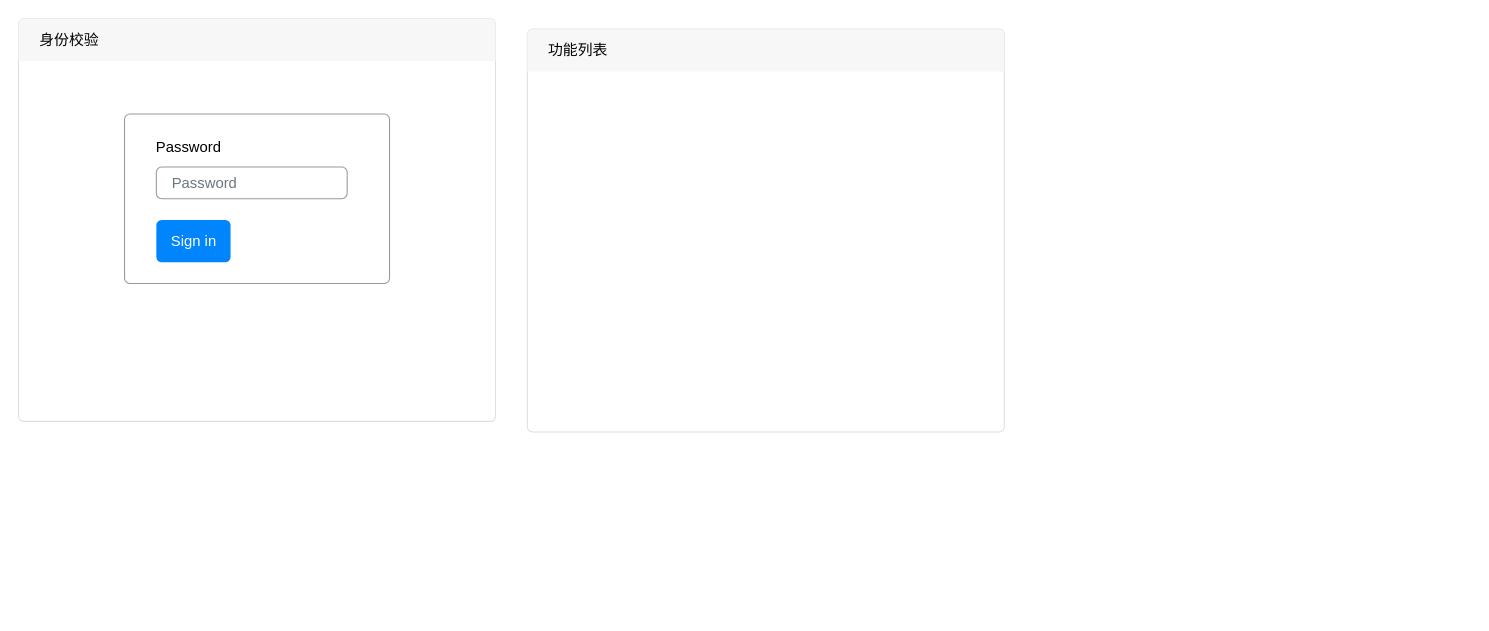
Earlier version of the draw.io diagram fttr.drawio (waterwatermelon/graph). Source tidied: cells renumbered, new cells numbered last; positions are measured from the earlier drawing's top-left corner, leaving out a move shared by most shapes. Both pictures are drawn from the tidied source at 106%, with x=0, y=0 at pixel (18, 18).
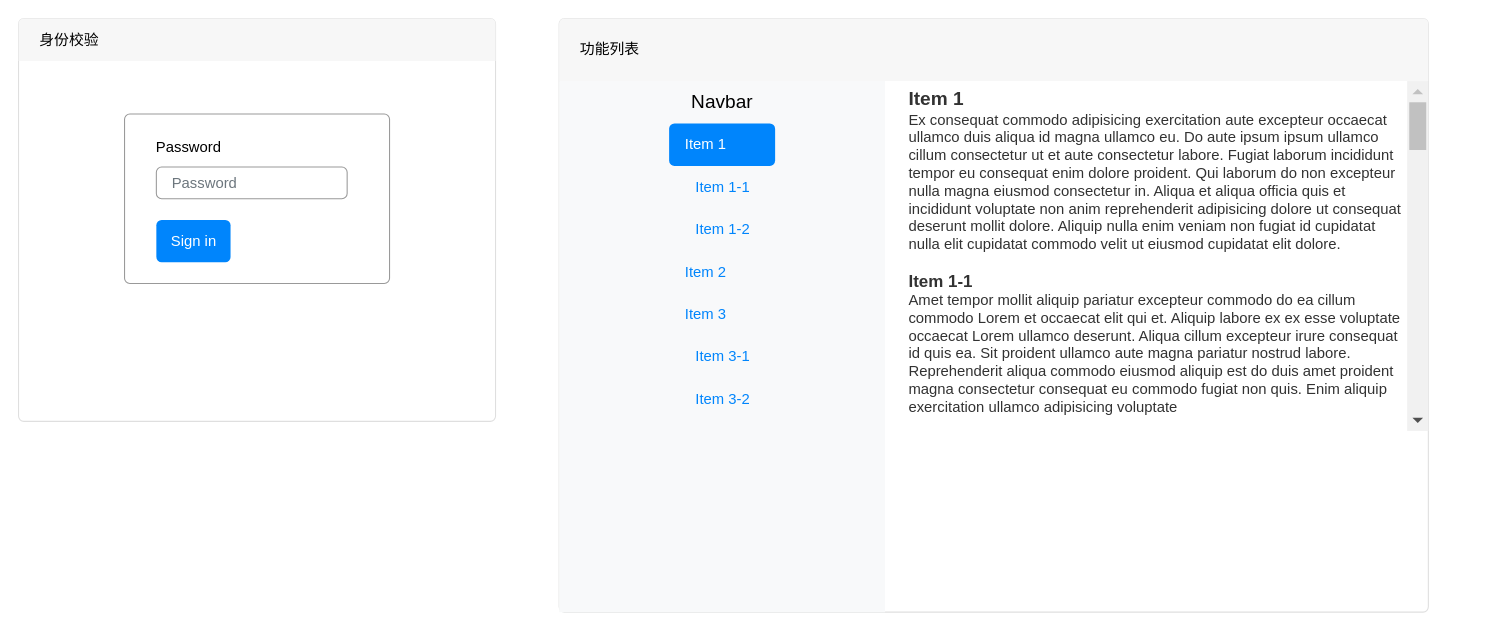
The same diagram, later.

Change to the diagram source:
```diff
@@
     <mxCell id="9" style="group;" parent="1" vertex="1">
-      <mxGeometry x="480" y="10" width="450" height="380" as="geometry" />
+      <mxGeometry x="510" width="860" height="560" as="geometry" />
     </mxCell>
+    <mxCell id="12" style="group;" parent="9" vertex="1">
+      <mxGeometry width="820" height="560" as="geometry" />
+    </mxCell>
-    <mxCell id="10" style="html=1;shadow=0;dashed=0;shape=mxgraph.bootstrap.rrect;rSize=5;strokeColor=#DFDFDF;html=1;whiteSpace=wrap;fillColor=#FFFFFF;fontColor=#000000;" parent="9" vertex="1">
-      <mxGeometry width="450" height="380" as="geometry" />
+    <mxCell id="10" style="html=1;shadow=0;dashed=0;shape=mxgraph.bootstrap.rrect;rSize=5;strokeColor=#DFDFDF;html=1;whiteSpace=wrap;fillColor=#FFFFFF;fontColor=#000000;" parent="12" vertex="1">
+      <mxGeometry width="820" height="560" as="geometry" />
     </mxCell>
-    <mxCell id="11" value="功能列表" style="html=1;shadow=0;dashed=0;shape=mxgraph.bootstrap.topButton;strokeColor=inherit;fillColor=#F7F7F7;rSize=5;perimeter=none;whiteSpace=wrap;align=left;spacing=20;fontSize=14;" parent="9" vertex="1">
-      <mxGeometry width="450" height="40" as="geometry" />
+    <mxCell id="11" value="功能列表" style="html=1;shadow=0;dashed=0;shape=mxgraph.bootstrap.topButton;strokeColor=inherit;fillColor=#F7F7F7;rSize=5;perimeter=none;whiteSpace=wrap;align=left;spacing=20;fontSize=14;" parent="12" vertex="1">
+      <mxGeometry width="820" height="58.9" as="geometry" />
     </mxCell>
+    <mxCell id="13" style="group;" parent="12" vertex="1">
+      <mxGeometry y="59" width="820" height="501.1" as="geometry" />
+    </mxCell>
+    <mxCell id="14" style="fillColor=#F8F9FA;strokeColor=none;align=left;fontSize=14;fontColor=#323232;" parent="13" vertex="1">
+      <mxGeometry width="307.5" height="501.1" as="geometry" />
+    </mxCell>
+    <mxCell id="15" value="Navbar" style="html=1;shadow=0;dashed=0;fillColor=none;strokeColor=none;perimeter=none;whiteSpace=wrap;align=center;fontSize=18;" parent="14" vertex="1">
+      <mxGeometry width="307.5" height="40" relative="1" as="geometry" />
+    </mxCell>
+    <mxCell id="16" value="Item 1" style="html=1;shadow=0;dashed=0;shape=mxgraph.bootstrap.rrect;rSize=5;fillColor=#0085FC;strokeColor=none;perimeter=none;whiteSpace=wrap;align=left;spacing=15;fontColor=#FFFFFF;fontSize=14;" parent="14" vertex="1">
+      <mxGeometry x="0.5" width="100" height="40" relative="1" as="geometry">
+        <mxPoint x="-50" y="40" as="offset" />
+      </mxGeometry>
+    </mxCell>
+    <mxCell id="17" value="Item 1-1" style="html=1;shadow=0;dashed=0;fillColor=none;strokeColor=none;perimeter=none;whiteSpace=wrap;align=left;spacing=15;fontColor=#0085FC;fontSize=14;" parent="14" vertex="1">
+      <mxGeometry x="0.5" width="100" height="40" relative="1" as="geometry">
+        <mxPoint x="-40" y="80" as="offset" />
+      </mxGeometry>
+    </mxCell>
+    <mxCell id="18" value="Item 1-2" style="html=1;shadow=0;dashed=0;fillColor=none;strokeColor=none;perimeter=none;whiteSpace=wrap;align=left;spacing=15;fontColor=#0085FC;fontSize=14;" parent="14" vertex="1">
+      <mxGeometry x="0.5" width="100" height="40" relative="1" as="geometry">
+        <mxPoint x="-40" y="120" as="offset" />
+      </mxGeometry>
+    </mxCell>
+    <mxCell id="19" value="Item 2" style="html=1;shadow=0;dashed=0;fillColor=none;strokeColor=none;perimeter=none;whiteSpace=wrap;align=left;spacing=15;fontColor=#0085FC;fontSize=14;" parent="14" vertex="1">
+      <mxGeometry x="0.5" width="100" height="40" relative="1" as="geometry">
+        <mxPoint x="-50" y="160" as="offset" />
+      </mxGeometry>
+    </mxCell>
+    <mxCell id="20" value="Item 3" style="html=1;shadow=0;dashed=0;fillColor=none;strokeColor=none;perimeter=none;whiteSpace=wrap;align=left;spacing=15;fontColor=#0085FC;fontSize=14;" parent="14" vertex="1">
+      <mxGeometry x="0.5" width="100" height="40" relative="1" as="geometry">
+        <mxPoint x="-50" y="200" as="offset" />
+      </mxGeometry>
+    </mxCell>
+    <mxCell id="21" value="Item 3-1" style="html=1;shadow=0;dashed=0;fillColor=none;strokeColor=none;perimeter=none;whiteSpace=wrap;align=left;spacing=15;fontColor=#0085FC;fontSize=14;" parent="14" vertex="1">
+      <mxGeometry x="0.5" width="100" height="40" relative="1" as="geometry">
+        <mxPoint x="-40" y="240" as="offset" />
+      </mxGeometry>
+    </mxCell>
+    <mxCell id="22" value="Item 3-2" style="html=1;shadow=0;dashed=0;fillColor=none;strokeColor=none;perimeter=none;whiteSpace=wrap;align=left;spacing=15;fontColor=#0085FC;fontSize=14;" parent="14" vertex="1">
+      <mxGeometry x="0.5" width="100" height="40" relative="1" as="geometry">
+        <mxPoint x="-40" y="280" as="offset" />
+      </mxGeometry>
+    </mxCell>
+    <mxCell id="23" value="&lt;font style=&quot;font-size: 18px&quot;&gt;&lt;b&gt;Item 1&lt;/b&gt;&lt;/font&gt;&lt;br&gt;Ex consequat commodo adipisicing exercitation aute excepteur occaecat ullamco duis aliqua id magna ullamco eu. Do aute ipsum ipsum ullamco cillum consectetur ut et aute consectetur labore. Fugiat laborum incididunt tempor eu consequat enim dolore proident. Qui laborum do non excepteur nulla magna eiusmod consectetur in. Aliqua et aliqua officia quis et incididunt voluptate non anim reprehenderit adipisicing dolore ut consequat deserunt mollit dolore. Aliquip nulla enim veniam non fugiat id cupidatat nulla elit cupidatat commodo velit ut eiusmod cupidatat elit dolore.&lt;br&gt;&lt;br&gt;&lt;b&gt;&lt;font style=&quot;font-size: 16px&quot;&gt;Item 1-1&lt;/font&gt;&lt;/b&gt;&lt;br&gt;Amet tempor mollit aliquip pariatur excepteur commodo do ea cillum commodo Lorem et occaecat elit qui et. Aliquip labore ex ex esse voluptate occaecat Lorem ullamco deserunt. Aliqua cillum excepteur irure consequat id quis ea. Sit proident ullamco aute magna pariatur nostrud labore. Reprehenderit aliqua commodo eiusmod aliquip est do duis amet proident magna consectetur consequat eu commodo fugiat non quis. Enim aliquip exercitation ullamco adipisicing voluptate" style="fillColor=none;strokeColor=none;align=left;fontSize=14;fontColor=#323232;html=1;whiteSpace=wrap;verticalAlign=top;spacingRight=25;" parent="13" vertex="1">
+      <mxGeometry x="328" width="492" height="501.1" as="geometry" />
+    </mxCell>
+    <mxCell id="24" style="html=1;shadow=0;dashed=0;fillColor=#F1F1F1;strokeColor=none;" parent="23" vertex="1">
+      <mxGeometry x="1" width="20" height="330" relative="1" as="geometry">
+        <mxPoint x="-20" as="offset" />
+      </mxGeometry>
+    </mxCell>
+    <mxCell id="25" style="fillColor=#C1C1C1;strokeColor=none;" parent="24" vertex="1">
+      <mxGeometry width="16" height="45" relative="1" as="geometry">
+        <mxPoint x="2" y="20" as="offset" />
+      </mxGeometry>
+    </mxCell>
+    <mxCell id="26" style="shape=triangle;direction=north;fillColor=#C1C1C1;strokeColor=none;perimeter=none;" parent="24" vertex="1">
+      <mxGeometry width="10" height="5" relative="1" as="geometry">
+        <mxPoint x="5" y="7.5" as="offset" />
+      </mxGeometry>
+    </mxCell>
+    <mxCell id="27" style="shape=triangle;direction=south;fillColor=#505050;strokeColor=none;perimeter=none;" parent="24" vertex="1">
+      <mxGeometry y="1" width="10" height="5" relative="1" as="geometry">
+        <mxPoint x="5" y="-12.5" as="offset" />
+      </mxGeometry>
+    </mxCell>
```
